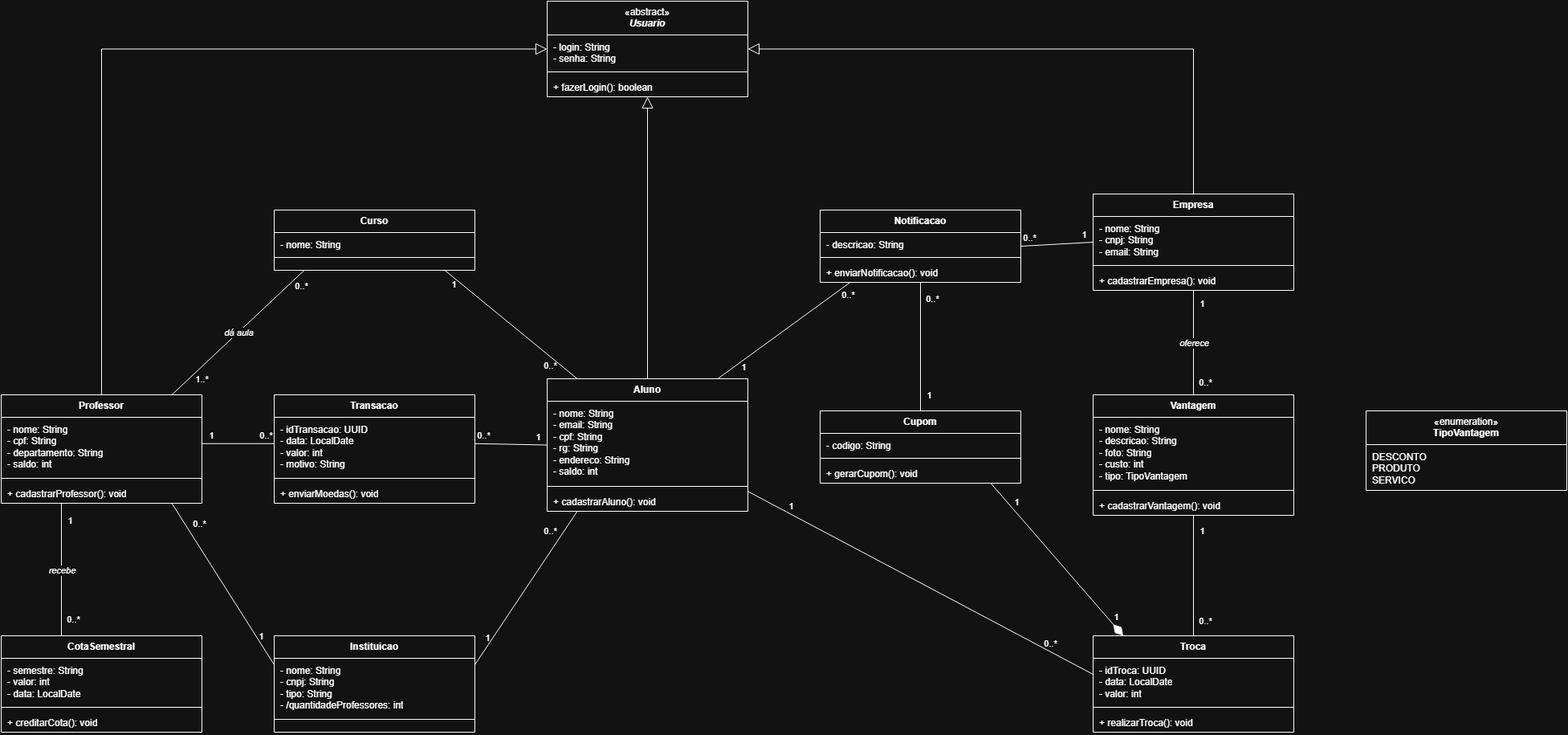
Before: docs/Sprint 1/Diagrama de Classes.png, a diagram exported from draw.io (catmaitachi/egon). Source tidied: cells renumbered, new cells last; positions are measured from the earlier drawing's top-left corner, leaving out a move shared by most shapes.
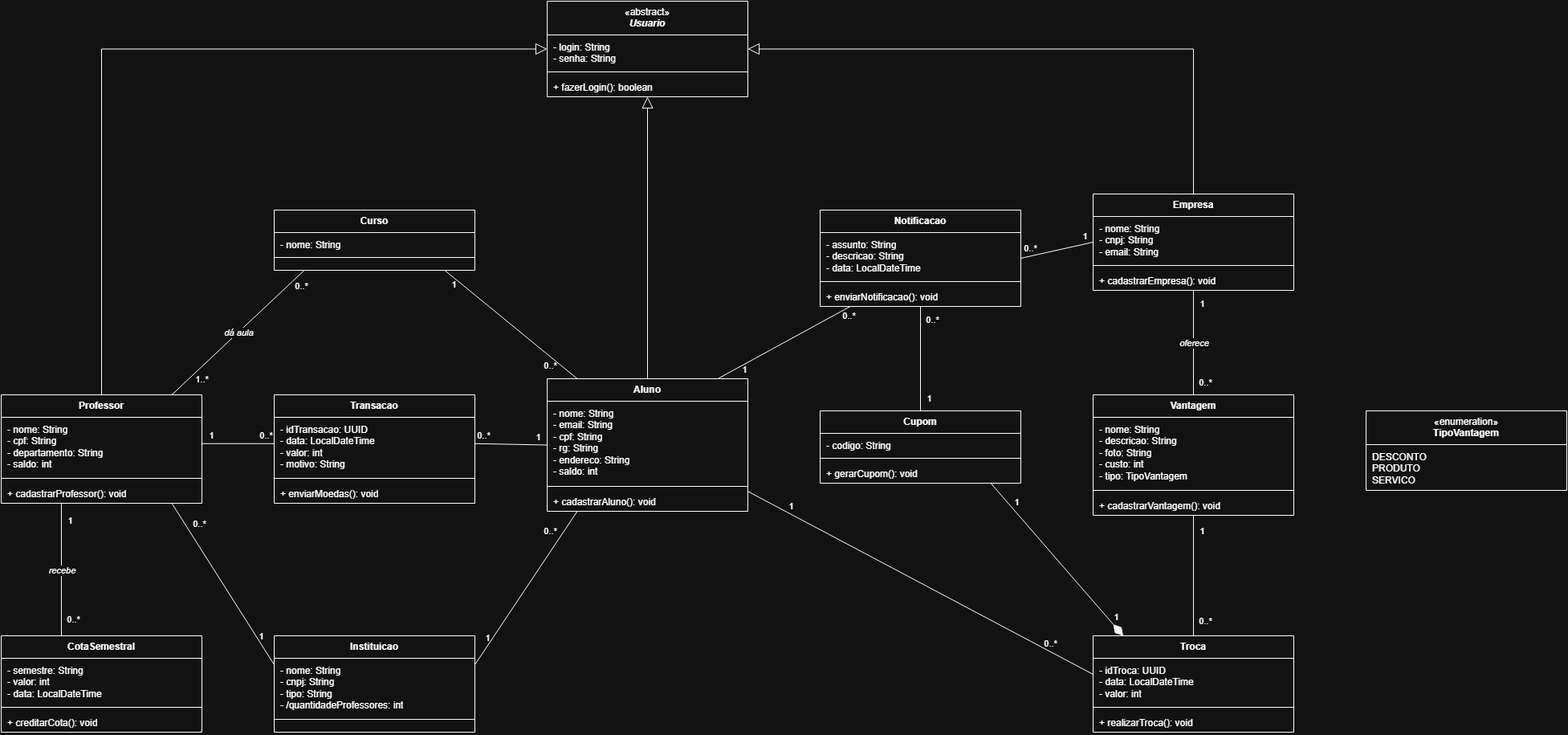
The same file after the commit.

Diff of the diagram source:
```diff
@@ -27,16 +27,16 @@
       <mxGeometry y="63" width="250" height="12" as="geometry" />
     </mxCell>
     <mxCell id="10" value="Notificacao" style="swimlane;fontStyle=1;align=center;verticalAlign=top;horizontal=1;startSize=28;whiteSpace=wrap;html=1;" parent="1" vertex="1">
-      <mxGeometry x="1020" y="260" width="250" height="90" as="geometry" />
+      <mxGeometry x="1020" y="260" width="250" height="120" as="geometry" />
     </mxCell>
-    <mxCell id="11" value="- descricao: String" style="text;strokeColor=none;fillColor=none;align=left;verticalAlign=top;spacingLeft=6;spacingRight=4;spacingTop=2;overflow=hidden;whiteSpace=wrap;html=1;" parent="10" vertex="1">
-      <mxGeometry y="28" width="250" height="27" as="geometry" />
+    <mxCell id="11" value="- assunto: String&lt;br&gt;- descricao: String&lt;br&gt;- data: LocalDateTime" style="text;strokeColor=none;fillColor=none;align=left;verticalAlign=top;spacingLeft=6;spacingRight=4;spacingTop=2;overflow=hidden;whiteSpace=wrap;html=1;" parent="10" vertex="1">
+      <mxGeometry y="28" width="250" height="57" as="geometry" />
     </mxCell>
     <mxCell id="12" style="line;strokeWidth=1;fillColor=none;align=left;verticalAlign=middle;spacingTop=-1;spacingLeft=3;spacingRight=3;labelPosition=right;strokeColor=inherit;" parent="10" vertex="1">
-      <mxGeometry y="55" width="250" height="8" as="geometry" />
+      <mxGeometry y="85" width="250" height="8" as="geometry" />
     </mxCell>
     <mxCell id="13" value="+ enviarNotificacao(): void" style="text;strokeColor=none;fillColor=none;align=left;verticalAlign=top;spacingLeft=6;spacingRight=4;spacingTop=2;overflow=hidden;whiteSpace=wrap;html=1;" parent="10" vertex="1">
-      <mxGeometry y="63" width="250" height="27" as="geometry" />
+      <mxGeometry y="93" width="250" height="27" as="geometry" />
     </mxCell>
     <mxCell id="14" value="Empresa" style="swimlane;fontStyle=1;align=center;verticalAlign=top;horizontal=1;startSize=28;whiteSpace=wrap;html=1;" parent="1" vertex="1">
       <mxGeometry x="1360" y="240" width="250" height="120" as="geometry" />
@@ -65,7 +65,7 @@
     <mxCell id="22" value="Transacao" style="swimlane;fontStyle=1;align=center;verticalAlign=top;horizontal=1;startSize=28;whiteSpace=wrap;html=1;" parent="1" vertex="1">
       <mxGeometry x="340" y="490" width="250" height="135" as="geometry" />
     </mxCell>
-    <mxCell id="23" value="- idTransacao: UUID&lt;br&gt;- data: LocalDate&lt;br&gt;- valor: int&lt;br&gt;- motivo: String" style="text;strokeColor=none;fillColor=none;align=left;verticalAlign=top;spacingLeft=6;spacingRight=4;spacingTop=2;overflow=hidden;whiteSpace=wrap;html=1;" parent="22" vertex="1">
+    <mxCell id="23" value="- idTransacao: UUID&lt;br&gt;- data: LocalDateTime&lt;br&gt;- valor: int&lt;br&gt;- motivo: String" style="text;strokeColor=none;fillColor=none;align=left;verticalAlign=top;spacingLeft=6;spacingRight=4;spacingTop=2;overflow=hidden;whiteSpace=wrap;html=1;" parent="22" vertex="1">
       <mxGeometry y="28" width="250" height="72" as="geometry" />
     </mxCell>
     <mxCell id="24" style="line;strokeWidth=1;fillColor=none;align=left;verticalAlign=middle;spacingTop=-1;spacingLeft=3;spacingRight=3;labelPosition=right;strokeColor=inherit;" parent="22" vertex="1">
@@ -131,7 +131,7 @@
     <mxCell id="44" value="CotaSemestral" style="swimlane;fontStyle=1;align=center;verticalAlign=top;horizontal=1;startSize=28;whiteSpace=wrap;html=1;" parent="1" vertex="1">
       <mxGeometry y="790" width="250" height="120" as="geometry" />
     </mxCell>
-    <mxCell id="45" value="- semestre: String&lt;br&gt;- valor: int&lt;br&gt;- data: LocalDate" style="text;strokeColor=none;fillColor=none;align=left;verticalAlign=top;spacingLeft=6;spacingRight=4;spacingTop=2;overflow=hidden;whiteSpace=wrap;html=1;" parent="44" vertex="1">
+    <mxCell id="45" value="- semestre: String&lt;br&gt;- valor: int&lt;br&gt;- data: LocalDateTime" style="text;strokeColor=none;fillColor=none;align=left;verticalAlign=top;spacingLeft=6;spacingRight=4;spacingTop=2;overflow=hidden;whiteSpace=wrap;html=1;" parent="44" vertex="1">
       <mxGeometry y="28" width="250" height="57" as="geometry" />
     </mxCell>
     <mxCell id="46" style="line;strokeWidth=1;fillColor=none;align=left;verticalAlign=middle;spacingTop=-1;spacingLeft=3;spacingRight=3;labelPosition=right;strokeColor=inherit;" parent="44" vertex="1">
@@ -143,7 +143,7 @@
     <mxCell id="48" value="Troca" style="swimlane;fontStyle=1;align=center;verticalAlign=top;horizontal=1;startSize=28;whiteSpace=wrap;html=1;" parent="1" vertex="1">
       <mxGeometry x="1360" y="790" width="250" height="120" as="geometry" />
     </mxCell>
-    <mxCell id="49" value="- idTroca: UUID&lt;br&gt;- data: LocalDate&lt;br&gt;- valor: int" style="text;strokeColor=none;fillColor=none;align=left;verticalAlign=top;spacingLeft=6;spacingRight=4;spacingTop=2;overflow=hidden;whiteSpace=wrap;html=1;" parent="48" vertex="1">
+    <mxCell id="49" value="- idTroca: UUID&lt;br&gt;- data: LocalDateTime&lt;br&gt;- valor: int" style="text;strokeColor=none;fillColor=none;align=left;verticalAlign=top;spacingLeft=6;spacingRight=4;spacingTop=2;overflow=hidden;whiteSpace=wrap;html=1;" parent="48" vertex="1">
       <mxGeometry y="28" width="250" height="57" as="geometry" />
     </mxCell>
     <mxCell id="50" style="line;strokeWidth=1;fillColor=none;align=left;verticalAlign=middle;spacingTop=-1;spacingLeft=3;spacingRight=3;labelPosition=right;strokeColor=inherit;" parent="48" vertex="1">
```
